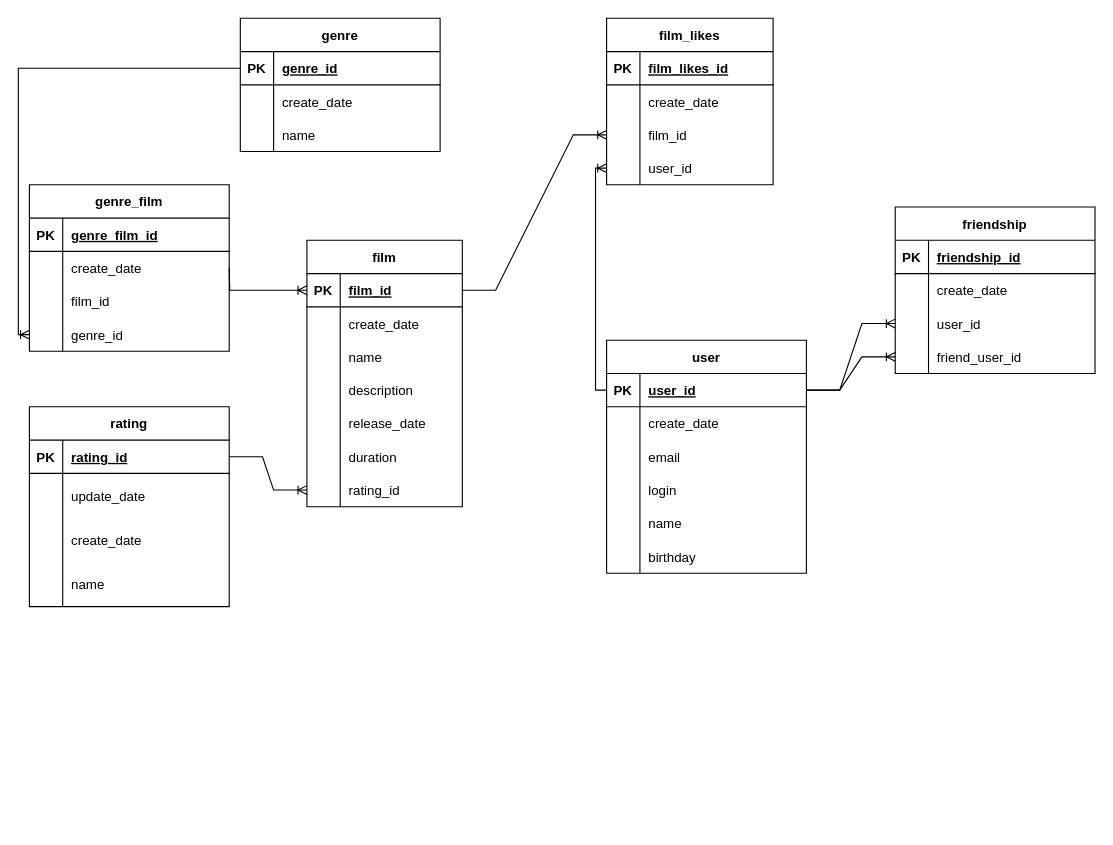
Above: 1111.drawio in viciossevsk/java-filmorate-group-proj (draw.io), before the change. Source tidied: cells renumbered, new cells numbered last; positions are measured from the earlier drawing's top-left corner, leaving out a move shared by most shapes. Both pictures are drawn from the tidied source at 111%, with x=0, y=0 at pixel (29, 18).
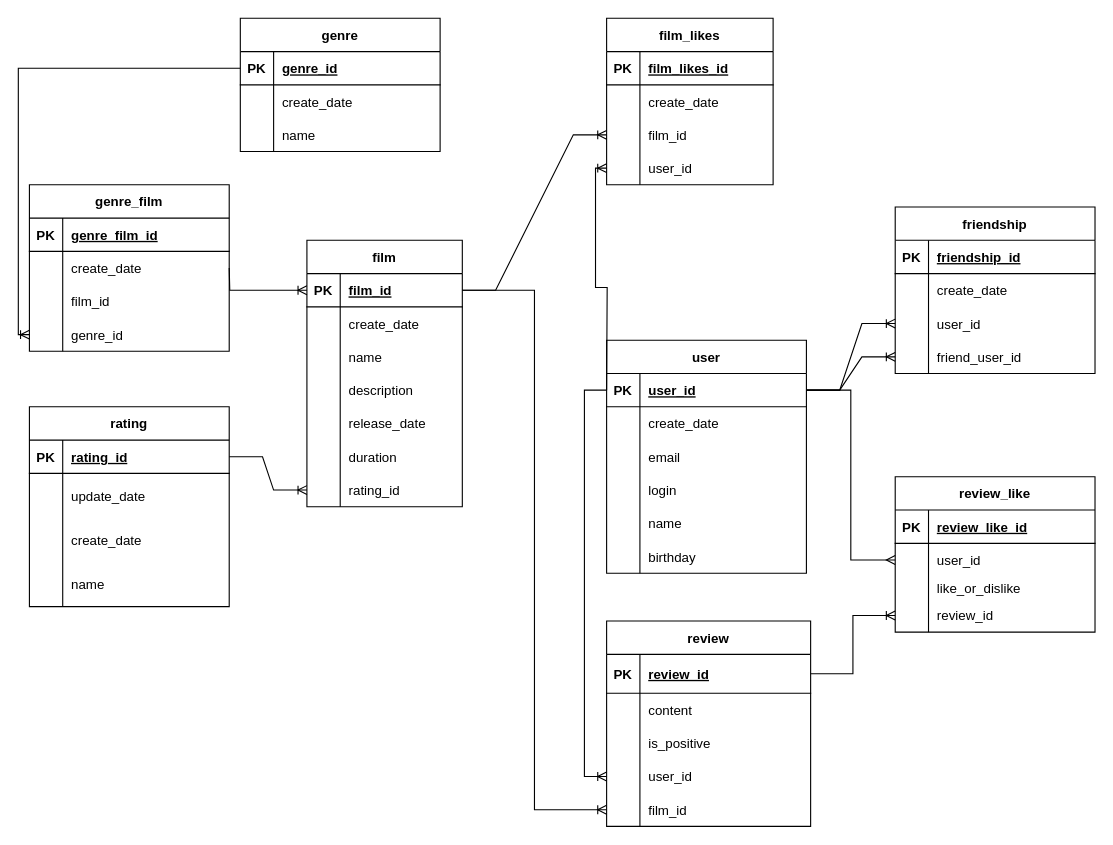
After the change.

Unchanged cells that the change refers to:
```xml
<mxCell id="3" style="shape=tableRow;horizontal=0;startSize=0;swimlaneHead=0;swimlaneBody=0;fillColor=none;points=[[0,0.5],[1,0.5]];portConstraint=eastwest;top=0;left=0;right=0;bottom=1;" parent="2" vertex="1">
  <mxGeometry y="30" width="140" height="30" as="geometry" />
</mxCell>
<mxCell id="34" style="shape=tableRow;horizontal=0;startSize=0;swimlaneHead=0;swimlaneBody=0;fillColor=none;points=[[0,0.5],[1,0.5]];portConstraint=eastwest;top=0;left=0;right=0;bottom=0;" parent="24" vertex="1">
  <mxGeometry y="120" width="150" height="30" as="geometry" />
</mxCell>
<mxCell id="51" style="shape=tableRow;horizontal=0;startSize=0;swimlaneHead=0;swimlaneBody=0;fillColor=none;points=[[0,0.5],[1,0.5]];portConstraint=eastwest;top=0;left=0;right=0;bottom=1;" parent="50" vertex="1">
  <mxGeometry y="30" width="180" height="30" as="geometry" />
</mxCell>
```

What changed in the source:
```diff
@@
-    <mxCell id="111" style="edgeStyle=orthogonalEdgeStyle;fontSize=12;html=1;endArrow=ERoneToMany;rounded=0;jumpStyle=none;entryX=0;entryY=0.5;entryDx=0;entryDy=0;exitX=0;exitY=0.5;exitDx=0;exitDy=0;" parent="1" edge="1" source="51" target="34">
-      <mxGeometry relative="1" as="geometry" />
+    <mxCell id="111" style="edgeStyle=orthogonalEdgeStyle;fontSize=12;html=1;endArrow=ERoneToMany;rounded=0;jumpStyle=none;entryX=0;entryY=0.5;entryDx=0;entryDy=0;" parent="1" edge="1" target="34">
+      <mxGeometry relative="1" as="geometry">
+        <mxPoint x="520" y="335" as="sourcePoint" />
+      </mxGeometry>
     </mxCell>
+    <mxCell id="112" value="review" style="shape=table;startSize=30;childLayout=tableLayout;rowLines=0;fontStyle=1;align=center;" parent="1" vertex="1">
+      <mxGeometry x="520" y="543" width="183.8" height="185" as="geometry" />
+    </mxCell>
+    <mxCell id="113" style="shape=tableRow;horizontal=0;startSize=0;swimlaneHead=0;swimlaneBody=0;fillColor=none;points=[[0,0.5],[1,0.5]];portConstraint=eastwest;top=0;left=0;right=0;bottom=1;" parent="112" vertex="1">
+      <mxGeometry y="30" width="183.8" height="35" as="geometry" />
+    </mxCell>
+    <mxCell id="114" value="PK" style="shape=partialRectangle;fillColor=none;top=0;left=0;bottom=0;right=0;fontStyle=1;overflow=hidden;" parent="113" vertex="1">
+      <mxGeometry width="30" height="35" as="geometry" />
+    </mxCell>
+    <mxCell id="115" value="review_id" style="shape=partialRectangle;fillColor=none;top=0;left=0;bottom=0;right=0;align=left;spacingLeft=6;fontStyle=5;overflow=hidden;" parent="113" vertex="1">
+      <mxGeometry x="30" width="153.8" height="35" as="geometry" />
+    </mxCell>
+    <mxCell id="116" style="shape=tableRow;horizontal=0;startSize=0;swimlaneHead=0;swimlaneBody=0;fillColor=none;top=0;left=0;right=0;bottom=0;" parent="112" vertex="1">
+      <mxGeometry y="65" width="183.8" height="30" as="geometry" />
+    </mxCell>
+    <mxCell id="117" style="shape=partialRectangle;fillColor=none;top=0;left=0;bottom=0;right=0;overflow=hidden;" parent="116" vertex="1">
+      <mxGeometry width="30" height="30" as="geometry" />
+    </mxCell>
+    <mxCell id="118" value="content" style="shape=partialRectangle;fillColor=none;top=0;left=0;bottom=0;right=0;align=left;spacingLeft=6;overflow=hidden;" parent="116" vertex="1">
+      <mxGeometry x="30" width="153.8" height="30" as="geometry" />
+    </mxCell>
+    <mxCell id="119" style="shape=tableRow;horizontal=0;startSize=0;swimlaneHead=0;swimlaneBody=0;fillColor=none;top=0;left=0;right=0;bottom=0;" parent="112" vertex="1">
+      <mxGeometry y="95" width="183.8" height="30" as="geometry" />
+    </mxCell>
+    <mxCell id="120" style="shape=partialRectangle;fillColor=none;top=0;left=0;bottom=0;right=0;overflow=hidden;" parent="119" vertex="1">
+      <mxGeometry width="30" height="30" as="geometry" />
+    </mxCell>
+    <mxCell id="121" value="is_positive" style="shape=partialRectangle;fillColor=none;top=0;left=0;bottom=0;right=0;align=left;spacingLeft=6;overflow=hidden;" parent="119" vertex="1">
+      <mxGeometry x="30" width="153.8" height="30" as="geometry" />
+    </mxCell>
+    <mxCell id="122" style="shape=tableRow;horizontal=0;startSize=0;swimlaneHead=0;swimlaneBody=0;fillColor=none;points=[[0,0.5],[1,0.5]];portConstraint=eastwest;top=0;left=0;right=0;bottom=0;" parent="112" vertex="1">
+      <mxGeometry y="125" width="183.8" height="30" as="geometry" />
+    </mxCell>
+    <mxCell id="123" style="shape=partialRectangle;fillColor=none;top=0;left=0;bottom=0;right=0;overflow=hidden;" parent="122" vertex="1">
+      <mxGeometry width="30" height="30" as="geometry" />
+    </mxCell>
+    <mxCell id="124" value="user_id" style="shape=partialRectangle;fillColor=none;top=0;left=0;bottom=0;right=0;align=left;spacingLeft=6;overflow=hidden;" parent="122" vertex="1">
+      <mxGeometry x="30" width="153.8" height="30" as="geometry" />
+    </mxCell>
+    <mxCell id="125" style="shape=tableRow;horizontal=0;startSize=0;swimlaneHead=0;swimlaneBody=0;fillColor=none;points=[[0,0.5],[1,0.5]];portConstraint=eastwest;top=0;left=0;right=0;bottom=0;" parent="112" vertex="1">
+      <mxGeometry y="155" width="183.8" height="30" as="geometry" />
+    </mxCell>
+    <mxCell id="126" style="shape=partialRectangle;fillColor=none;top=0;left=0;bottom=0;right=0;overflow=hidden;" parent="125" vertex="1">
+      <mxGeometry width="30" height="30" as="geometry" />
+    </mxCell>
+    <mxCell id="127" value="film_id" style="shape=partialRectangle;fillColor=none;top=0;left=0;bottom=0;right=0;align=left;spacingLeft=6;overflow=hidden;" parent="125" vertex="1">
+      <mxGeometry x="30" width="153.8" height="30" as="geometry" />
+    </mxCell>
+    <mxCell id="128" value="review_like" style="shape=table;startSize=30;childLayout=tableLayout;rowLines=0;fontStyle=1;align=center;" parent="1" vertex="1">
+      <mxGeometry x="780" y="413" width="180" height="140" as="geometry" />
+    </mxCell>
+    <mxCell id="129" style="shape=tableRow;horizontal=0;startSize=0;swimlaneHead=0;swimlaneBody=0;fillColor=none;top=0;left=0;right=0;bottom=1;" parent="128" vertex="1">
+      <mxGeometry y="30" width="180" height="30" as="geometry" />
+    </mxCell>
+    <mxCell id="130" value="PK" style="shape=partialRectangle;fillColor=none;top=0;left=0;bottom=0;right=0;fontStyle=1;overflow=hidden;" parent="129" vertex="1">
+      <mxGeometry width="30" height="30" as="geometry" />
+    </mxCell>
+    <mxCell id="131" value="review_like_id" style="shape=partialRectangle;fillColor=none;top=0;left=0;bottom=0;right=0;align=left;spacingLeft=6;fontStyle=5;overflow=hidden;" parent="129" vertex="1">
+      <mxGeometry x="30" width="150" height="30" as="geometry" />
+    </mxCell>
+    <mxCell id="132" style="shape=tableRow;horizontal=0;startSize=0;swimlaneHead=0;swimlaneBody=0;fillColor=none;points=[[0,0.5],[1,0.5]];portConstraint=eastwest;top=0;left=0;right=0;bottom=0;" parent="128" vertex="1">
+      <mxGeometry y="60" width="180" height="30" as="geometry" />
+    </mxCell>
+    <mxCell id="133" style="shape=partialRectangle;fillColor=none;top=0;left=0;bottom=0;right=0;overflow=hidden;" parent="132" vertex="1">
+      <mxGeometry width="30" height="30" as="geometry" />
+    </mxCell>
+    <mxCell id="134" value="user_id" style="shape=partialRectangle;fillColor=none;top=0;left=0;bottom=0;right=0;align=left;spacingLeft=6;overflow=hidden;" parent="132" vertex="1">
+      <mxGeometry x="30" width="150" height="30" as="geometry" />
+    </mxCell>
+    <mxCell id="135" style="shape=tableRow;horizontal=0;startSize=0;swimlaneHead=0;swimlaneBody=0;fillColor=none;top=0;left=0;right=0;bottom=0;" parent="128" vertex="1">
+      <mxGeometry y="90" width="180" height="20" as="geometry" />
+    </mxCell>
+    <mxCell id="136" style="shape=partialRectangle;fillColor=none;top=0;left=0;bottom=0;right=0;overflow=hidden;" parent="135" vertex="1">
+      <mxGeometry width="30" height="20" as="geometry" />
+    </mxCell>
+    <mxCell id="137" value="like_or_dislike" style="shape=partialRectangle;fillColor=none;top=0;left=0;bottom=0;right=0;align=left;spacingLeft=6;overflow=hidden;" parent="135" vertex="1">
+      <mxGeometry x="30" width="150" height="20" as="geometry" />
+    </mxCell>
+    <mxCell id="138" style="shape=tableRow;horizontal=0;startSize=0;swimlaneHead=0;swimlaneBody=0;fillColor=none;points=[[0,0.5],[1,0.5]];portConstraint=eastwest;top=0;left=0;right=0;bottom=0;" parent="128" vertex="1">
+      <mxGeometry y="110" width="180" height="30" as="geometry" />
+    </mxCell>
+    <mxCell id="139" style="shape=partialRectangle;fillColor=none;top=0;left=0;bottom=0;right=0;overflow=hidden;" parent="138" vertex="1">
+      <mxGeometry width="30" height="30" as="geometry" />
+    </mxCell>
+    <mxCell id="140" value="review_id" style="shape=partialRectangle;fillColor=none;top=0;left=0;bottom=0;right=0;align=left;spacingLeft=6;overflow=hidden;" parent="138" vertex="1">
+      <mxGeometry x="30" width="150" height="30" as="geometry" />
+    </mxCell>
+    <mxCell id="141" style="edgeStyle=orthogonalEdgeStyle;rounded=0;jettySize=auto;html=1;entryX=0;entryY=0.5;entryDx=0;entryDy=0;endArrow=none;endFill=0;startArrow=ERoneToMany;startFill=0;" parent="1" edge="1" source="122" target="51">
+      <mxGeometry relative="1" as="geometry" />
+    </mxCell>
+    <mxCell id="142" style="edgeStyle=orthogonalEdgeStyle;rounded=0;jettySize=auto;html=1;entryX=1;entryY=0.5;entryDx=0;entryDy=0;endArrow=none;endFill=0;startArrow=ERoneToMany;startFill=0;" parent="1" edge="1" source="125" target="3">
+      <mxGeometry relative="1" as="geometry" />
+    </mxCell>
+    <mxCell id="143" style="edgeStyle=orthogonalEdgeStyle;rounded=0;jettySize=auto;html=1;entryX=1;entryY=0.5;entryDx=0;entryDy=0;startArrow=ERmany;startFill=0;endArrow=none;endFill=0;" parent="1" edge="1" source="132" target="51">
+      <mxGeometry relative="1" as="geometry" />
+    </mxCell>
+    <mxCell id="144" style="edgeStyle=orthogonalEdgeStyle;rounded=0;jettySize=auto;html=1;entryX=1;entryY=0.5;entryDx=0;entryDy=0;endArrow=none;endFill=0;startArrow=ERoneToMany;startFill=0;" parent="1" edge="1" source="138" target="113">
+      <mxGeometry relative="1" as="geometry" />
+    </mxCell>
```
